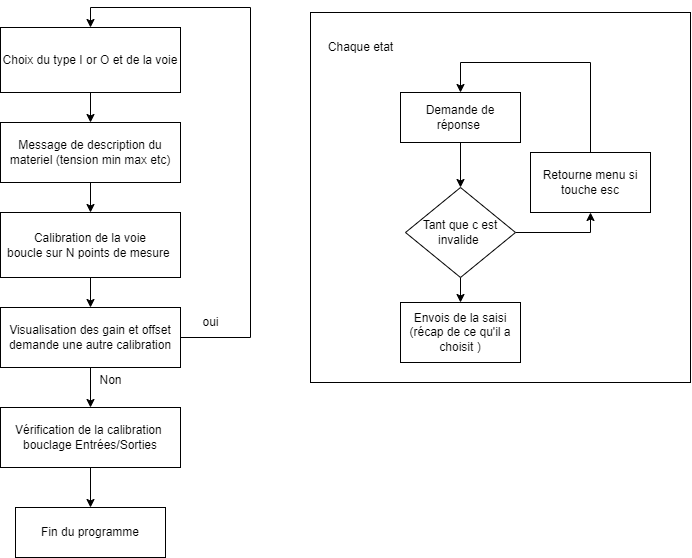
The draw.io diagram Diagramme projet.drawio.png in Floriangit12/Bureau_Etude, before a commit. Source tidied: cells renumbered, new cells last; positions are measured from the earlier drawing's top-left corner, leaving out a move shared by most shapes.
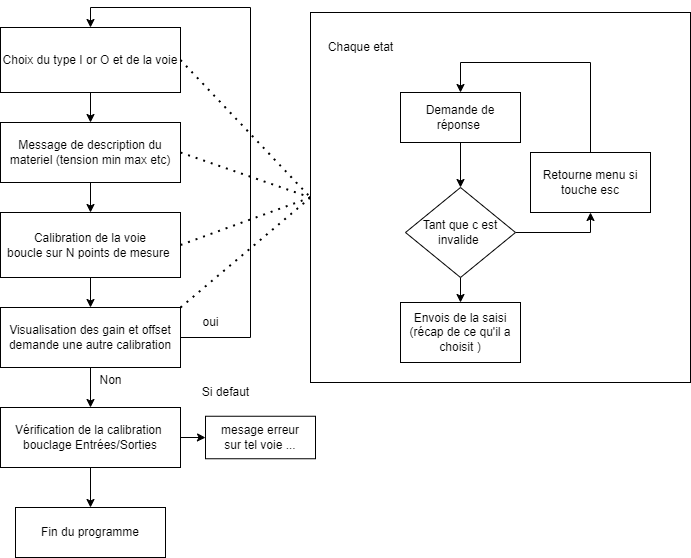
The same diagram one commit later.

The edit, as a diff of the source:
```diff
@@ -59,6 +59,9 @@
     <mxCell id="18" style="edgeStyle=orthogonalEdgeStyle;rounded=0;jettySize=auto;html=1;" parent="1" edge="1" source="19" target="23">
       <mxGeometry relative="1" as="geometry" />
     </mxCell>
+    <mxCell id="26" style="edgeStyle=orthogonalEdgeStyle;rounded=0;jettySize=auto;html=1;" parent="1" edge="1" source="19" target="27">
+      <mxGeometry relative="1" as="geometry" />
+    </mxCell>
     <mxCell id="19" value="Vérification de la calibration&amp;nbsp;&lt;br&gt;bouclage Entrées/Sorties" style="rounded=0;whiteSpace=wrap;html=1;" parent="1" vertex="1">
       <mxGeometry y="400" width="180" height="60" as="geometry" />
     </mxCell>
@@ -85,5 +88,23 @@
     <mxCell id="25" value="Retourne menu si touche esc" style="rounded=0;whiteSpace=wrap;html=1;" parent="1" vertex="1">
       <mxGeometry x="530" y="145" width="120" height="60" as="geometry" />
     </mxCell>
+    <mxCell id="27" value="mesage erreur&lt;br&gt;sur tel voie ..." style="rounded=0;whiteSpace=wrap;html=1;" parent="1" vertex="1">
+      <mxGeometry x="205" y="408.8" width="110" height="42.5" as="geometry" />
+    </mxCell>
+    <mxCell id="28" value="Si defaut" style="text;html=1;align=center;verticalAlign=middle;strokeColor=none;fillColor=none;" parent="1" vertex="1">
+      <mxGeometry x="190" y="370" width="70" height="30" as="geometry" />
+    </mxCell>
+    <mxCell id="29" style="endArrow=none;dashed=1;html=1;dashPattern=1 3;strokeWidth=2;rounded=0;entryX=0;entryY=0.5;entryDx=0;entryDy=0;exitX=1;exitY=0.5;exitDx=0;exitDy=0;" parent="1" edge="1" source="4" target="2">
+      <mxGeometry relative="1" as="geometry" />
+    </mxCell>
+    <mxCell id="30" style="endArrow=none;dashed=1;html=1;dashPattern=1 3;strokeWidth=2;rounded=0;entryX=0;entryY=0.5;entryDx=0;entryDy=0;exitX=1;exitY=0.5;exitDx=0;exitDy=0;" parent="1" edge="1" source="8" target="2">
+      <mxGeometry relative="1" as="geometry" />
+    </mxCell>
+    <mxCell id="31" style="endArrow=none;dashed=1;html=1;dashPattern=1 3;strokeWidth=2;rounded=0;entryX=0;entryY=0.5;entryDx=0;entryDy=0;exitX=1;exitY=0.5;exitDx=0;exitDy=0;" parent="1" edge="1" source="6" target="2">
+      <mxGeometry relative="1" as="geometry" />
+    </mxCell>
+    <mxCell id="32" style="endArrow=none;dashed=1;html=1;dashPattern=1 3;strokeWidth=2;rounded=0;entryX=0;entryY=0.5;entryDx=0;entryDy=0;exitX=1;exitY=0;exitDx=0;exitDy=0;" parent="1" edge="1" source="17" target="2">
+      <mxGeometry relative="1" as="geometry" />
+    </mxCell>
   </root>
 </mxGraphModel>
```
